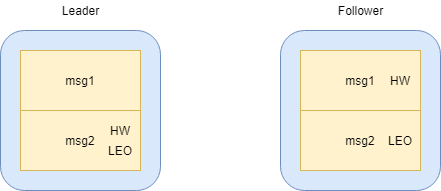
This is img/Kafka-HA-error01.png from antonyw/coding-thinking, a draw.io export, as it was before one commit. Source tidied: cells renumbered, new cells last; positions are measured from the earlier drawing's top-left corner, leaving out a move shared by most shapes.
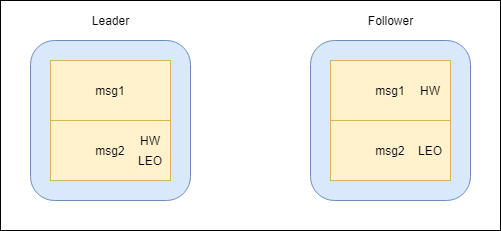
The same file after the commit.

What changed in the source:
```diff
@@ -2,6 +2,9 @@
   <root>
     <mxCell id="0" />
     <mxCell id="1" parent="0" />
+    <mxCell id="14" style="rounded=0;whiteSpace=wrap;html=1;strokeColor=#000000;" parent="1" vertex="1">
+      <mxGeometry x="-30" y="-10" width="500" height="230" as="geometry" />
+    </mxCell>
     <mxCell id="2" style="rounded=1;whiteSpace=wrap;html=1;fillColor=#dae8fc;strokeColor=#6c8ebf;" parent="1" vertex="1">
       <mxGeometry y="30" width="160" height="160" as="geometry" />
     </mxCell>
```
